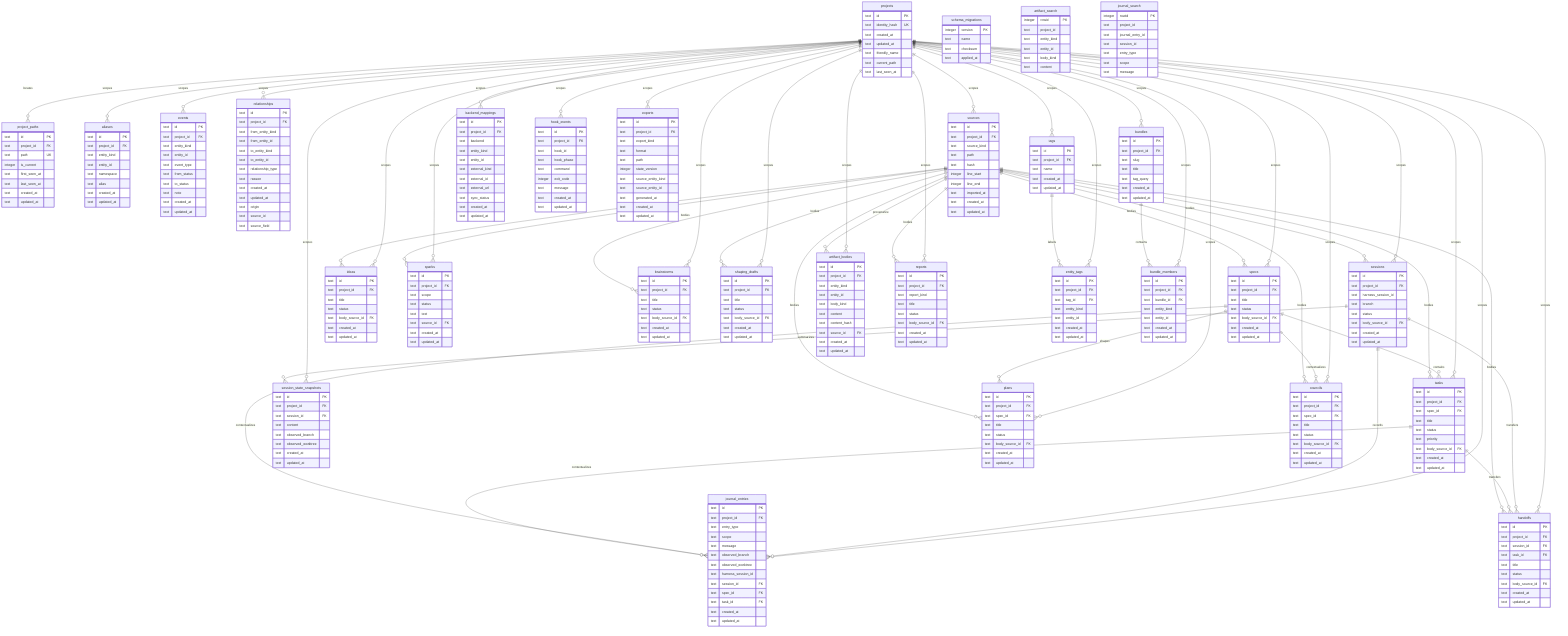
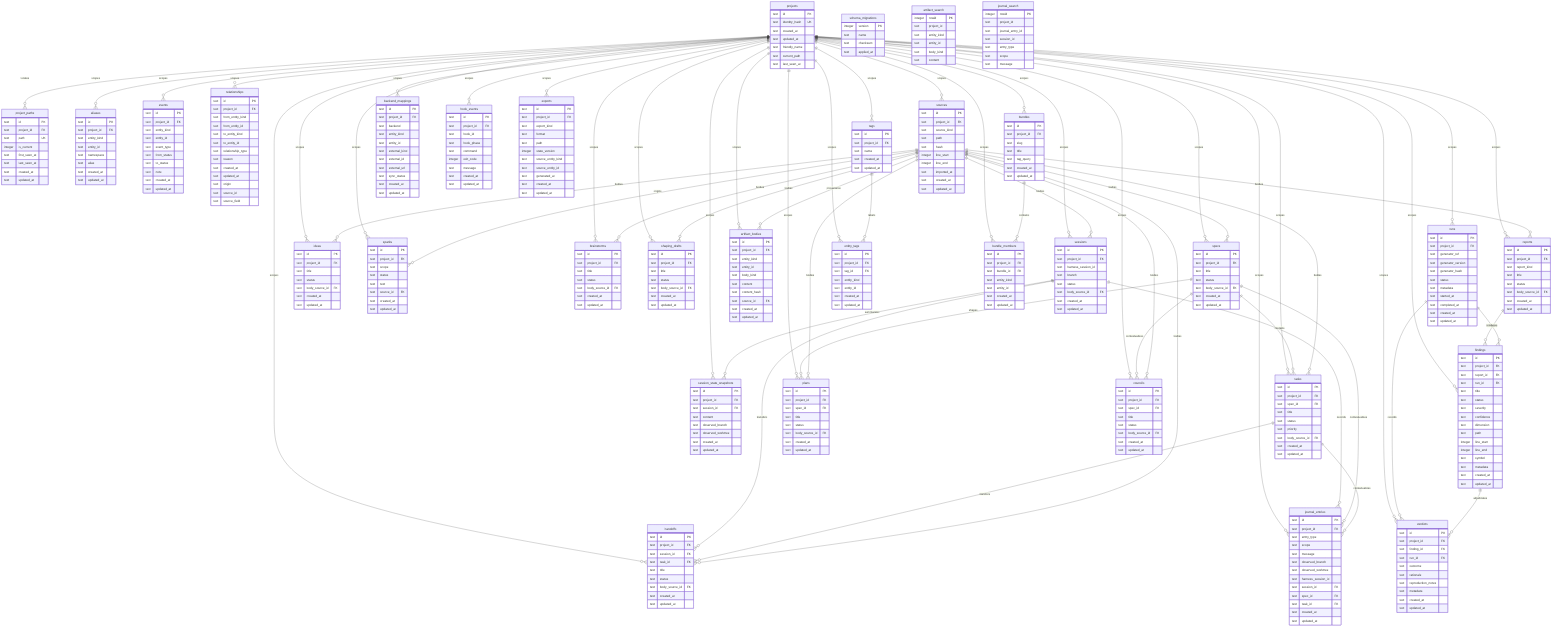
erDiagram
  projects {
    text id PK
    text identity_hash UK
    text created_at
    text updated_at
    text friendly_name
    text current_path
    text last_seen_at
  }
  project_paths {
    text id PK
    text project_id FK
    text path UK
    integer is_current
    text first_seen_at
    text last_seen_at
    text created_at
    text updated_at
  }
  schema_migrations {
    integer version PK
    text name
    text checksum
    text applied_at
  }
  aliases {
    text id PK
    text project_id FK
    text entity_kind
    text entity_id
    text namespace
    text alias
    text created_at
    text updated_at
  }
  specs {
    text id PK
    text project_id FK
    text title
    text status
    text body_source_id FK
    text created_at
    text updated_at
  }
  tasks {
    text id PK
    text project_id FK
    text spec_id FK
    text title
    text status
    text priority
    text body_source_id FK
    text created_at
    text updated_at
  }
  ideas {
    text id PK
    text project_id FK
    text title
    text status
    text body_source_id FK
    text created_at
    text updated_at
  }
  sparks {
    text id PK
    text project_id FK
    text scope
    text status
    text text
    text source_id FK
    text created_at
    text updated_at
  }
  brainstorms {
    text id PK
    text project_id FK
    text title
    text status
    text body_source_id FK
    text created_at
    text updated_at
  }
  shaping_drafts {
    text id PK
    text project_id FK
    text title
    text status
    text body_source_id FK
    text created_at
    text updated_at
  }
  sessions {
    text id PK
    text project_id FK
    text harness_session_id
    text branch
    text status
    text body_source_id FK
    text created_at
    text updated_at
  }
  session_state_snapshots {
    text id PK
    text project_id FK
    text session_id FK
    text content
    text observed_branch
    text observed_worktree
    text created_at
    text updated_at
  }
  artifact_bodies {
    text id PK
    text project_id FK
    text entity_kind
    text entity_id
    text body_kind
    text content
    text content_hash
    text source_id FK
    text created_at
    text updated_at
  }
  artifact_search {
    integer rowid PK
    text project_id
    text entity_kind
    text entity_id
    text body_kind
    text content
  }
  journal_search {
    integer rowid PK
    text project_id
    text journal_entry_id
    text session_id
    text entry_type
    text scope
    text message
  }
  reports {
    text id PK
    text project_id FK
    text report_kind
    text title
    text status
    text body_source_id FK
+     text created_at
+     text updated_at
+   }
+   runs {
+     text id PK
+     text project_id FK
+     text generator_ref
+     text generator_version
+     text generator_hash
+     text status
+     text metadata
+     text started_at
+     text completed_at
+     text created_at
+     text updated_at
+   }
+   findings {
+     text id PK
+     text project_id FK
+     text report_id FK
+     text run_id FK
+     text title
+     text status
+     text severity
+     text confidence
+     text dimension
+     text path
+     integer line_start
+     integer line_end
+     text symbol
+     text metadata
+     text created_at
+     text updated_at
+   }
+   verdicts {
+     text id PK
+     text project_id FK
+     text finding_id FK
+     text run_id FK
+     text outcome
+     text rationale
+     text reproduction_notes
+     text metadata
    text created_at
    text updated_at
  }
  plans {
    text id PK
    text project_id FK
    text spec_id FK
    text title
    text status
    text body_source_id FK
    text created_at
    text updated_at
  }
  handoffs {
    text id PK
    text project_id FK
    text session_id FK
    text task_id FK
    text title
    text status
    text body_source_id FK
    text created_at
    text updated_at
  }
  councils {
    text id PK
    text project_id FK
    text spec_id FK
    text title
    text status
    text body_source_id FK
    text created_at
    text updated_at
  }
  journal_entries {
    text id PK
    text project_id FK
    text entry_type
    text scope
    text message
    text observed_branch
    text observed_worktree
    text harness_session_id
    text session_id FK
    text spec_id FK
    text task_id FK
    text created_at
    text updated_at
  }
  events {
    text id PK
    text project_id FK
    text entity_kind
    text entity_id
    text event_type
    text from_status
    text to_status
    text note
    text created_at
    text updated_at
  }
  relationships {
    text id PK
    text project_id FK
    text from_entity_kind
    text from_entity_id
    text to_entity_kind
    text to_entity_id
    text relationship_type
    text reason
    text created_at
    text updated_at
    text origin
    text source_id
    text source_field
  }
  tags {
    text id PK
    text project_id FK
    text name
    text created_at
    text updated_at
  }
  entity_tags {
    text id PK
    text project_id FK
    text tag_id FK
    text entity_kind
    text entity_id
    text created_at
    text updated_at
  }
  bundles {
    text id PK
    text project_id FK
    text slug
    text title
    text tag_query
    text created_at
    text updated_at
  }
  bundle_members {
    text id PK
    text project_id FK
    text bundle_id FK
    text entity_kind
    text entity_id
    text created_at
    text updated_at
  }
  sources {
    text id PK
    text project_id FK
    text source_kind
    text path
    text hash
    integer line_start
    integer line_end
    text imported_at
    text created_at
    text updated_at
  }
  backend_mappings {
    text id PK
    text project_id FK
    text backend
    text entity_kind
    text entity_id
    text external_kind
    text external_id
    text external_url
    text sync_status
    text created_at
    text updated_at
  }
  hook_events {
    text id PK
    text project_id FK
    text hook_id
    text hook_phase
    text command
    integer exit_code
    text message
    text created_at
    text updated_at
  }
  exports {
    text id PK
    text project_id FK
    text export_kind
    text format
    text path
    integer state_version
    text source_entity_kind
    text source_entity_id
    text generated_at
    text created_at
    text updated_at
  }

  projects ||--o{ aliases : scopes
  projects ||--o{ artifact_bodies : scopes
  projects ||--o{ specs : scopes
  projects ||--o{ tasks : scopes
  projects ||--o{ ideas : scopes
  projects ||--o{ sparks : scopes
  projects ||--o{ brainstorms : scopes
  projects ||--o{ shaping_drafts : scopes
  projects ||--o{ sessions : scopes
  projects ||--o{ session_state_snapshots : scopes
  projects ||--o{ reports : scopes
+   projects ||--o{ runs : scopes
+   projects ||--o{ findings : scopes
+   projects ||--o{ verdicts : scopes
  projects ||--o{ plans : scopes
  projects ||--o{ handoffs : scopes
  projects ||--o{ councils : scopes
  projects ||--o{ journal_entries : scopes
  projects ||--o{ project_paths : locates
  projects ||--o{ events : scopes
  projects ||--o{ relationships : scopes
  projects ||--o{ tags : scopes
  projects ||--o{ entity_tags : scopes
  projects ||--o{ bundles : scopes
  projects ||--o{ bundle_members : scopes
  projects ||--o{ sources : scopes
  projects ||--o{ backend_mappings : scopes
  projects ||--o{ hook_events : scopes
  projects ||--o{ exports : scopes
  specs ||--o{ tasks : contains
  specs ||--o{ plans : shapes
  specs ||--o{ councils : contextualizes
  sessions ||--o{ journal_entries : records
  sessions ||--o{ handoffs : transfers
  sessions ||--o{ session_state_snapshots : summarizes
  tasks ||--o{ handoffs : transfers
  specs ||--o{ journal_entries : contextualizes
  tasks ||--o{ journal_entries : contextualizes
+   reports ||--o{ findings : contains
+   runs ||--o{ findings : produces
+   runs ||--o{ verdicts : records
+   findings ||--o{ verdicts : adjudicates
  tags ||--o{ entity_tags : labels
  bundles ||--o{ bundle_members : contains
  sources ||--o{ artifact_bodies : provenance
  sources ||--o{ specs : bodies
  sources ||--o{ tasks : bodies
  sources ||--o{ ideas : bodies
  sources ||--o{ sparks : origins
  sources ||--o{ brainstorms : bodies
  sources ||--o{ shaping_drafts : bodies
  sources ||--o{ sessions : bodies
  sources ||--o{ reports : bodies
  sources ||--o{ plans : bodies
  sources ||--o{ handoffs : bodies
  sources ||--o{ councils : bodies
